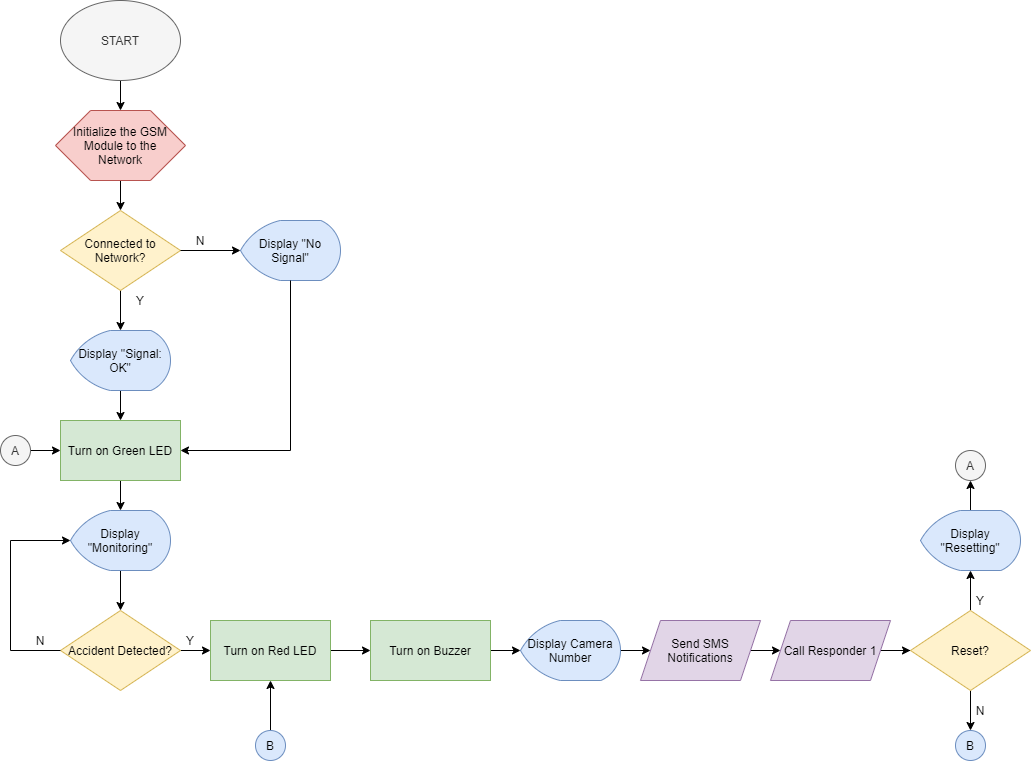
Earlier version of the draw.io export DrawIO/Device FlowChart.png (russellcaragay/PD-Files). Source tidied: cells renumbered, new cells last; positions are measured from the earlier drawing's top-left corner, leaving out a move shared by most shapes. The source it was exported from:
```xml
<mxGraphModel>
  <root>
    <mxCell id="0" />
    <mxCell id="1" parent="0" />
    <mxCell id="2" style="edgeStyle=orthogonalEdgeStyle;rounded=0;jettySize=auto;html=1;" parent="1" edge="1" source="3">
      <mxGeometry relative="1" as="geometry">
        <mxPoint x="120" y="210" as="targetPoint" />
      </mxGeometry>
    </mxCell>
    <mxCell id="3" style="verticalLabelPosition=bottom;verticalAlign=top;html=1;shape=hexagon;perimeter=hexagonPerimeter2;arcSize=6;size=0.27;strokeWidth=1;fillColor=#f8cecc;strokeColor=#b85450;" parent="1" vertex="1">
      <mxGeometry x="55" y="110" width="130" height="70" as="geometry" />
    </mxCell>
    <mxCell id="4" style="edgeStyle=orthogonalEdgeStyle;rounded=0;jettySize=auto;html=1;" parent="1" edge="1" source="5" target="3">
      <mxGeometry relative="1" as="geometry" />
    </mxCell>
    <mxCell id="5" value="START" style="ellipse;whiteSpace=wrap;html=1;fillColor=#f5f5f5;strokeColor=#666666;fontColor=#333333;" parent="1" vertex="1">
      <mxGeometry x="60" width="120" height="80" as="geometry" />
    </mxCell>
    <mxCell id="6" value="Initialize the GSM Module to the Network" style="rounded=0;whiteSpace=wrap;html=1;fillColor=none;strokeColor=none;" parent="1" vertex="1">
      <mxGeometry x="70" y="110" width="100" height="70" as="geometry" />
    </mxCell>
    <mxCell id="7" style="edgeStyle=orthogonalEdgeStyle;rounded=0;jettySize=auto;html=1;" parent="1" edge="1" source="8">
      <mxGeometry relative="1" as="geometry">
        <mxPoint x="120" y="330" as="targetPoint" />
      </mxGeometry>
    </mxCell>
    <mxCell id="8" value="Connected to Network?" style="rhombus;whiteSpace=wrap;html=1;fillColor=#fff2cc;strokeColor=#d6b656;" parent="1" vertex="1">
      <mxGeometry x="60" y="210" width="120" height="80" as="geometry" />
    </mxCell>
    <mxCell id="9" value="Display &quot;No Signal&quot;" style="strokeWidth=1;html=1;shape=mxgraph.flowchart.display;whiteSpace=wrap;fillColor=#dae8fc;strokeColor=#6c8ebf;" parent="1" vertex="1">
      <mxGeometry x="240" y="220" width="100" height="60" as="geometry" />
    </mxCell>
    <mxCell id="10" style="edgeStyle=orthogonalEdgeStyle;rounded=0;jettySize=auto;html=1;" parent="1" edge="1" source="8" target="9">
      <mxGeometry relative="1" as="geometry" />
    </mxCell>
    <mxCell id="11" style="edgeStyle=orthogonalEdgeStyle;rounded=0;jettySize=auto;html=1;" parent="1" edge="1" source="12">
      <mxGeometry relative="1" as="geometry">
        <mxPoint x="120" y="420" as="targetPoint" />
      </mxGeometry>
    </mxCell>
    <mxCell id="12" value="Display &quot;Signal: OK&quot;" style="strokeWidth=1;html=1;shape=mxgraph.flowchart.display;whiteSpace=wrap;fillColor=#dae8fc;strokeColor=#6c8ebf;" parent="1" vertex="1">
      <mxGeometry x="70" y="330" width="100" height="60" as="geometry" />
    </mxCell>
    <mxCell id="13" value="N" style="text;html=1;strokeColor=none;fillColor=none;align=center;verticalAlign=middle;whiteSpace=wrap;rounded=0;" parent="1" vertex="1">
      <mxGeometry x="180" y="230" width="40" height="20" as="geometry" />
    </mxCell>
    <mxCell id="14" value="Y" style="text;html=1;strokeColor=none;fillColor=none;align=center;verticalAlign=middle;whiteSpace=wrap;rounded=0;" parent="1" vertex="1">
      <mxGeometry x="120" y="290" width="40" height="20" as="geometry" />
    </mxCell>
    <mxCell id="15" style="endArrow=classic;html=1;exitX=0.5;exitY=1;exitDx=0;exitDy=0;exitPerimeter=0;rounded=0;entryX=1;entryY=0.5;entryDx=0;entryDy=0;" parent="1" edge="1" source="9" target="17">
      <mxGeometry relative="1" as="geometry">
        <Array as="points">
          <mxPoint x="290" y="450" />
        </Array>
      </mxGeometry>
    </mxCell>
    <mxCell id="16" style="edgeStyle=orthogonalEdgeStyle;rounded=0;jettySize=auto;html=1;" parent="1" edge="1" source="17" target="21">
      <mxGeometry relative="1" as="geometry" />
    </mxCell>
    <mxCell id="17" value="Turn on Green LED" style="rounded=0;whiteSpace=wrap;html=1;strokeWidth=1;fillColor=#d5e8d4;strokeColor=#82b366;" parent="1" vertex="1">
      <mxGeometry x="60" y="420" width="120" height="60" as="geometry" />
    </mxCell>
    <mxCell id="18" style="edgeStyle=orthogonalEdgeStyle;rounded=0;jettySize=auto;html=1;" parent="1" edge="1" source="19" target="25">
      <mxGeometry relative="1" as="geometry" />
    </mxCell>
    <mxCell id="19" value="Accident Detected?" style="rhombus;whiteSpace=wrap;html=1;fillColor=#fff2cc;strokeColor=#d6b656;" parent="1" vertex="1">
      <mxGeometry x="60" y="610" width="120" height="80" as="geometry" />
    </mxCell>
    <mxCell id="20" style="edgeStyle=orthogonalEdgeStyle;rounded=0;jettySize=auto;html=1;" parent="1" edge="1" source="21" target="19">
      <mxGeometry relative="1" as="geometry" />
    </mxCell>
    <mxCell id="21" value="Display &quot;Monitoring&quot;" style="strokeWidth=1;html=1;shape=mxgraph.flowchart.display;whiteSpace=wrap;fillColor=#dae8fc;strokeColor=#6c8ebf;" parent="1" vertex="1">
      <mxGeometry x="70" y="510" width="100" height="60" as="geometry" />
    </mxCell>
    <mxCell id="22" style="endArrow=classic;html=1;entryX=0;entryY=0.5;entryDx=0;entryDy=0;entryPerimeter=0;exitX=0;exitY=0.5;exitDx=0;exitDy=0;rounded=0;" parent="1" edge="1" source="19" target="21">
      <mxGeometry relative="1" as="geometry">
        <Array as="points">
          <mxPoint x="10" y="650" />
          <mxPoint x="10" y="540" />
        </Array>
      </mxGeometry>
    </mxCell>
    <mxCell id="23" value="N" style="text;html=1;strokeColor=none;fillColor=none;align=center;verticalAlign=middle;whiteSpace=wrap;rounded=0;" parent="1" vertex="1">
      <mxGeometry x="20" y="630" width="40" height="20" as="geometry" />
    </mxCell>
    <mxCell id="24" style="edgeStyle=orthogonalEdgeStyle;rounded=0;jettySize=auto;html=1;" parent="1" edge="1" source="25" target="27">
      <mxGeometry relative="1" as="geometry" />
    </mxCell>
    <mxCell id="25" value="Turn on Red LED" style="rounded=0;whiteSpace=wrap;html=1;strokeWidth=1;fillColor=#d5e8d4;strokeColor=#82b366;" parent="1" vertex="1">
      <mxGeometry x="210" y="620" width="120" height="60" as="geometry" />
    </mxCell>
    <mxCell id="26" style="edgeStyle=orthogonalEdgeStyle;rounded=0;jettySize=auto;html=1;" parent="1" edge="1" source="27" target="47">
      <mxGeometry relative="1" as="geometry" />
    </mxCell>
    <mxCell id="27" value="Turn on Buzzer" style="rounded=0;whiteSpace=wrap;html=1;strokeWidth=1;fillColor=#d5e8d4;strokeColor=#82b366;" parent="1" vertex="1">
      <mxGeometry x="370" y="620" width="120" height="60" as="geometry" />
    </mxCell>
    <mxCell id="28" style="edgeStyle=orthogonalEdgeStyle;rounded=0;jettySize=auto;html=1;" parent="1" edge="1" target="31">
      <mxGeometry relative="1" as="geometry">
        <mxPoint x="740" y="650" as="sourcePoint" />
      </mxGeometry>
    </mxCell>
    <mxCell id="29" value="Send SMS Notifications" style="shape=parallelogram;perimeter=parallelogramPerimeter;whiteSpace=wrap;html=1;fixedSize=1;strokeWidth=1;fillColor=#e1d5e7;strokeColor=#9673a6;" parent="1" vertex="1">
      <mxGeometry x="640" y="620" width="120" height="60" as="geometry" />
    </mxCell>
    <mxCell id="30" style="edgeStyle=orthogonalEdgeStyle;rounded=0;jettySize=auto;html=1;" parent="1" edge="1" source="31" target="34">
      <mxGeometry relative="1" as="geometry" />
    </mxCell>
    <mxCell id="31" value="Call Responder 1" style="shape=parallelogram;perimeter=parallelogramPerimeter;whiteSpace=wrap;html=1;fixedSize=1;strokeWidth=1;fillColor=#e1d5e7;strokeColor=#9673a6;" parent="1" vertex="1">
      <mxGeometry x="770" y="620" width="120" height="60" as="geometry" />
    </mxCell>
    <mxCell id="32" style="edgeStyle=orthogonalEdgeStyle;rounded=0;jettySize=auto;html=1;" parent="1" edge="1" source="34">
      <mxGeometry relative="1" as="geometry">
        <mxPoint x="970" y="570" as="targetPoint" />
      </mxGeometry>
    </mxCell>
    <mxCell id="33" style="edgeStyle=orthogonalEdgeStyle;rounded=0;jettySize=auto;html=1;" parent="1" edge="1" source="34" target="35">
      <mxGeometry relative="1" as="geometry" />
    </mxCell>
    <mxCell id="34" value="Reset?" style="rhombus;whiteSpace=wrap;html=1;fillColor=#fff2cc;strokeColor=#d6b656;" parent="1" vertex="1">
      <mxGeometry x="910" y="610" width="120" height="80" as="geometry" />
    </mxCell>
    <mxCell id="35" value="B" style="ellipse;whiteSpace=wrap;html=1;strokeWidth=1;fillColor=#dae8fc;strokeColor=#6c8ebf;" parent="1" vertex="1">
      <mxGeometry x="955" y="730" width="30" height="30" as="geometry" />
    </mxCell>
    <mxCell id="36" value="Y" style="text;html=1;strokeColor=none;fillColor=none;align=center;verticalAlign=middle;whiteSpace=wrap;rounded=0;" parent="1" vertex="1">
      <mxGeometry x="170" y="630" width="40" height="20" as="geometry" />
    </mxCell>
    <mxCell id="37" value="Y" style="text;html=1;strokeColor=none;fillColor=none;align=center;verticalAlign=middle;whiteSpace=wrap;rounded=0;" parent="1" vertex="1">
      <mxGeometry x="960" y="590" width="40" height="20" as="geometry" />
    </mxCell>
    <mxCell id="38" value="N" style="text;html=1;strokeColor=none;fillColor=none;align=center;verticalAlign=middle;whiteSpace=wrap;rounded=0;" parent="1" vertex="1">
      <mxGeometry x="960" y="700" width="40" height="20" as="geometry" />
    </mxCell>
    <mxCell id="39" style="edgeStyle=orthogonalEdgeStyle;rounded=0;jettySize=auto;html=1;" parent="1" edge="1" source="40" target="17">
      <mxGeometry relative="1" as="geometry" />
    </mxCell>
    <mxCell id="40" value="A" style="ellipse;whiteSpace=wrap;html=1;strokeWidth=1;fillColor=#f5f5f5;strokeColor=#666666;fontColor=#333333;" parent="1" vertex="1">
      <mxGeometry y="435" width="30" height="30" as="geometry" />
    </mxCell>
    <mxCell id="41" style="edgeStyle=orthogonalEdgeStyle;rounded=0;jettySize=auto;html=1;" parent="1" edge="1" source="42" target="43">
      <mxGeometry relative="1" as="geometry" />
    </mxCell>
    <mxCell id="42" value="Display &quot;Resetting&quot;" style="strokeWidth=1;html=1;shape=mxgraph.flowchart.display;whiteSpace=wrap;fillColor=#dae8fc;strokeColor=#6c8ebf;" parent="1" vertex="1">
      <mxGeometry x="920" y="510" width="100" height="60" as="geometry" />
    </mxCell>
    <mxCell id="43" value="A" style="ellipse;whiteSpace=wrap;html=1;strokeWidth=1;fillColor=#f5f5f5;strokeColor=#666666;fontColor=#333333;" parent="1" vertex="1">
      <mxGeometry x="955" y="450" width="30" height="30" as="geometry" />
    </mxCell>
    <mxCell id="44" style="edgeStyle=orthogonalEdgeStyle;rounded=0;jettySize=auto;html=1;" parent="1" edge="1" source="45" target="25">
      <mxGeometry relative="1" as="geometry" />
    </mxCell>
    <mxCell id="45" value="B" style="ellipse;whiteSpace=wrap;html=1;strokeWidth=1;fillColor=#dae8fc;strokeColor=#6c8ebf;" parent="1" vertex="1">
      <mxGeometry x="255" y="730" width="30" height="30" as="geometry" />
    </mxCell>
    <mxCell id="46" style="edgeStyle=orthogonalEdgeStyle;rounded=0;jettySize=auto;html=1;" parent="1" edge="1" source="47" target="29">
      <mxGeometry relative="1" as="geometry" />
    </mxCell>
    <mxCell id="47" value="Display Camera Number" style="strokeWidth=1;html=1;shape=mxgraph.flowchart.display;whiteSpace=wrap;fillColor=#dae8fc;strokeColor=#6c8ebf;" parent="1" vertex="1">
      <mxGeometry x="520" y="620" width="100" height="60" as="geometry" />
    </mxCell>
  </root>
</mxGraphModel>
```
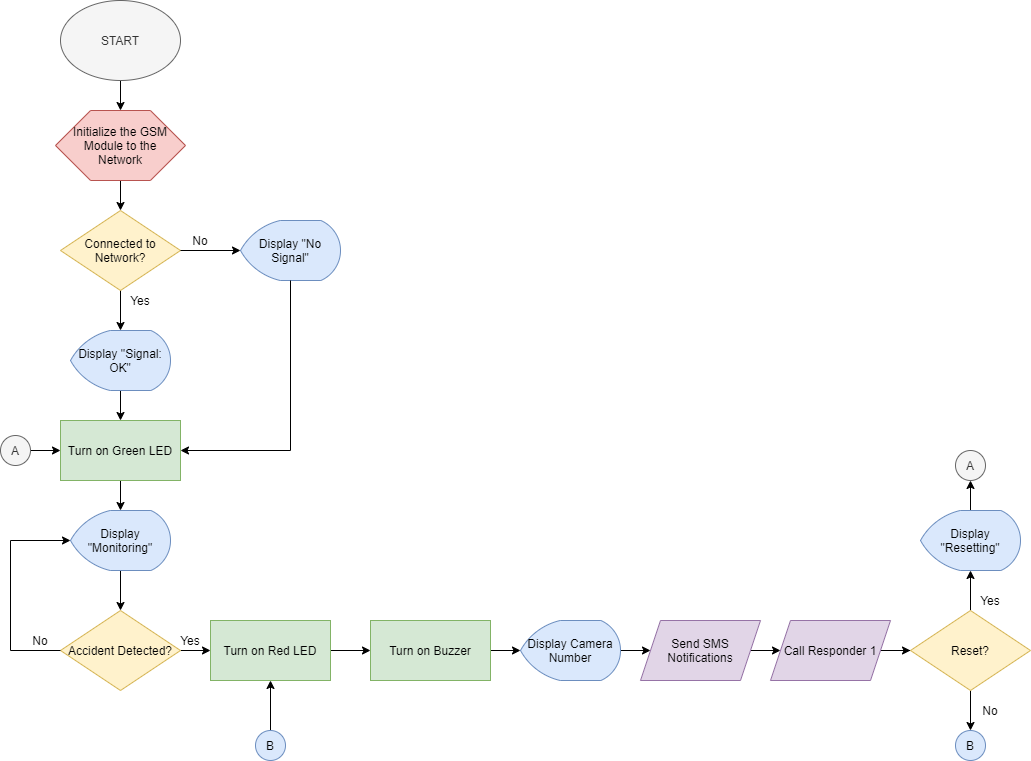
Above is the later version.

Diff of the diagram source:
```diff
@@ -41,10 +41,10 @@
     <mxCell id="12" value="Display &quot;Signal: OK&quot;" style="strokeWidth=1;html=1;shape=mxgraph.flowchart.display;whiteSpace=wrap;fillColor=#dae8fc;strokeColor=#6c8ebf;" parent="1" vertex="1">
       <mxGeometry x="70" y="330" width="100" height="60" as="geometry" />
     </mxCell>
-    <mxCell id="13" value="N" style="text;html=1;strokeColor=none;fillColor=none;align=center;verticalAlign=middle;whiteSpace=wrap;rounded=0;" parent="1" vertex="1">
+    <mxCell id="13" value="No" style="text;html=1;strokeColor=none;fillColor=none;align=center;verticalAlign=middle;whiteSpace=wrap;rounded=0;" parent="1" vertex="1">
       <mxGeometry x="180" y="230" width="40" height="20" as="geometry" />
     </mxCell>
-    <mxCell id="14" value="Y" style="text;html=1;strokeColor=none;fillColor=none;align=center;verticalAlign=middle;whiteSpace=wrap;rounded=0;" parent="1" vertex="1">
+    <mxCell id="14" value="Yes" style="text;html=1;strokeColor=none;fillColor=none;align=center;verticalAlign=middle;whiteSpace=wrap;rounded=0;" parent="1" vertex="1">
       <mxGeometry x="120" y="290" width="40" height="20" as="geometry" />
     </mxCell>
     <mxCell id="15" style="endArrow=classic;html=1;exitX=0.5;exitY=1;exitDx=0;exitDy=0;exitPerimeter=0;rounded=0;entryX=1;entryY=0.5;entryDx=0;entryDy=0;" parent="1" edge="1" source="9" target="17">
@@ -80,7 +80,7 @@
         </Array>
       </mxGeometry>
     </mxCell>
-    <mxCell id="23" value="N" style="text;html=1;strokeColor=none;fillColor=none;align=center;verticalAlign=middle;whiteSpace=wrap;rounded=0;" parent="1" vertex="1">
+    <mxCell id="23" value="No" style="text;html=1;strokeColor=none;fillColor=none;align=center;verticalAlign=middle;whiteSpace=wrap;rounded=0;" parent="1" vertex="1">
       <mxGeometry x="20" y="630" width="40" height="20" as="geometry" />
     </mxCell>
     <mxCell id="24" style="edgeStyle=orthogonalEdgeStyle;rounded=0;jettySize=auto;html=1;" parent="1" edge="1" source="25" target="27">
@@ -123,14 +123,14 @@
     <mxCell id="35" value="B" style="ellipse;whiteSpace=wrap;html=1;strokeWidth=1;fillColor=#dae8fc;strokeColor=#6c8ebf;" parent="1" vertex="1">
       <mxGeometry x="955" y="730" width="30" height="30" as="geometry" />
     </mxCell>
-    <mxCell id="36" value="Y" style="text;html=1;strokeColor=none;fillColor=none;align=center;verticalAlign=middle;whiteSpace=wrap;rounded=0;" parent="1" vertex="1">
+    <mxCell id="36" value="Yes" style="text;html=1;strokeColor=none;fillColor=none;align=center;verticalAlign=middle;whiteSpace=wrap;rounded=0;" parent="1" vertex="1">
       <mxGeometry x="170" y="630" width="40" height="20" as="geometry" />
     </mxCell>
-    <mxCell id="37" value="Y" style="text;html=1;strokeColor=none;fillColor=none;align=center;verticalAlign=middle;whiteSpace=wrap;rounded=0;" parent="1" vertex="1">
-      <mxGeometry x="960" y="590" width="40" height="20" as="geometry" />
+    <mxCell id="37" value="Yes" style="text;html=1;strokeColor=none;fillColor=none;align=center;verticalAlign=middle;whiteSpace=wrap;rounded=0;" parent="1" vertex="1">
+      <mxGeometry x="970" y="590" width="40" height="20" as="geometry" />
     </mxCell>
-    <mxCell id="38" value="N" style="text;html=1;strokeColor=none;fillColor=none;align=center;verticalAlign=middle;whiteSpace=wrap;rounded=0;" parent="1" vertex="1">
-      <mxGeometry x="960" y="700" width="40" height="20" as="geometry" />
+    <mxCell id="38" value="No" style="text;html=1;strokeColor=none;fillColor=none;align=center;verticalAlign=middle;whiteSpace=wrap;rounded=0;" parent="1" vertex="1">
+      <mxGeometry x="970" y="700" width="40" height="20" as="geometry" />
     </mxCell>
     <mxCell id="39" style="edgeStyle=orthogonalEdgeStyle;rounded=0;jettySize=auto;html=1;" parent="1" edge="1" source="40" target="17">
       <mxGeometry relative="1" as="geometry" />
```
